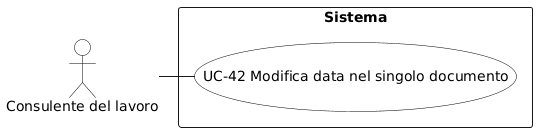
The PlantUML diagram RTB/Analisi dei Requisiti/diagrammi_use_case/UC-42.png in aLittleByte-19/Documentazione, before a commit. The source it was exported from:
```plantuml
@startuml
skinparam backgroundColor white
skinparam actor {
  BackgroundColor white
  BorderColor black
  FontColor black
}
skinparam usecase {
  BackgroundColor white
  BorderColor black
  FontColor black
}
actor "Consulente del lavoro" as C

rectangle "Sistema" {
  (UC-42 Modifica data nel singolo documento)
}

C - (UC-42 Modifica data nel singolo documento)
@enduml
```
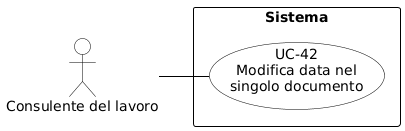
The same diagram one commit later.

Change to the diagram source:
```diff
@@ -1,20 +1,29 @@
 @startuml
-skinparam backgroundColor white
+skinparam shadowing false
+skinparam defaultFontName Arial
+left to right direction
+skinparam nodesep 15
+skinparam ranksep 50
+
+skinparam usecase {
+    BackgroundColor white
+    BorderColor black
+    ArrowColor black
+}
 skinparam actor {
-  BackgroundColor white
-  BorderColor black
-  FontColor black
+    BackgroundColor white
+    BorderColor black
 }
-skinparam usecase {
-  BackgroundColor white
-  BorderColor black
-  FontColor black
+skinparam rectangle {
+    BorderColor black
+    FontStyle bold
 }
-actor "Consulente del lavoro" as C
+
+actor "Consulente del lavoro" as CL
 
 rectangle "Sistema" {
-  (UC-42 Modifica data nel singolo documento)
+    usecase "UC-42\nModifica data nel\nsingolo documento" as UC42
 }
 
-C - (UC-42 Modifica data nel singolo documento)
+CL -- UC42
 @enduml
```
